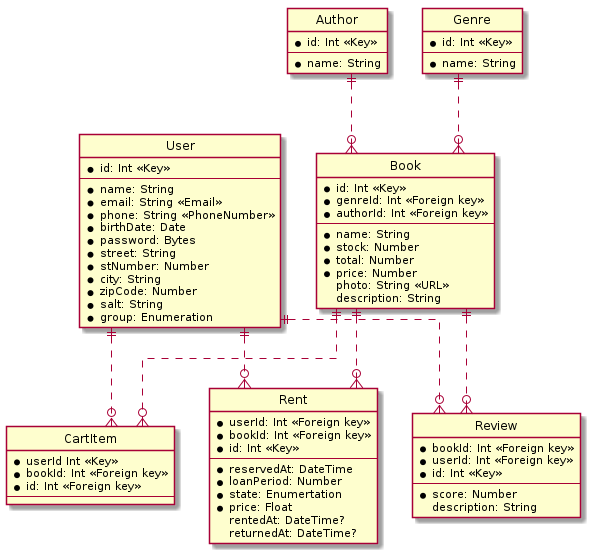
Earlier version of the PlantUML export Diagrams/library.png (Qas1modo/PV179-forked-old).
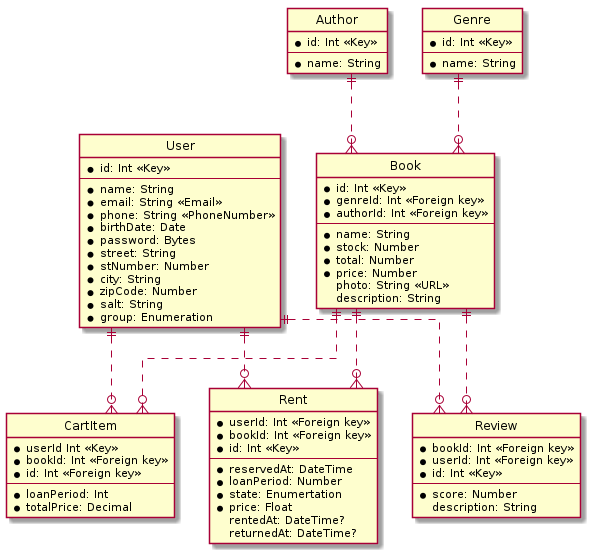
Above is the later version.

The edit, as a diff of the source:
```diff
@@ -24,6 +24,8 @@
     *bookId: Int <<Foreign key>>
     *id: Int <<Foreign key>>
     ---
+    *loanPeriod: Int
+    *totalPrice: Decimal
 }
 
 entity Book {
```
